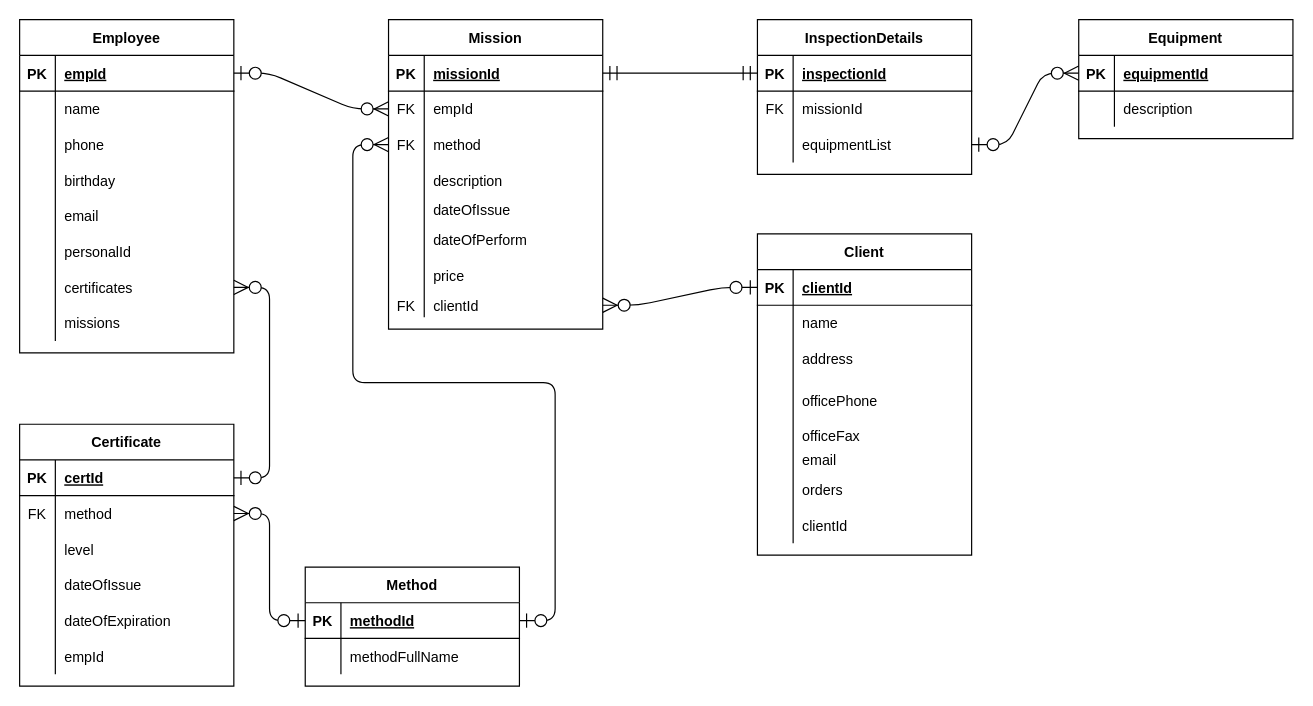
This is Untitled Diagram.drawio from Ynon-Oz/MorexSite2, a draw.io file, before an edit. Source tidied: cells renumbered, new cells numbered last; positions are measured from the earlier drawing's top-left corner, leaving out a move shared by most shapes. Both pictures are drawn from the tidied source at 119%, with x=0, y=0 at pixel (19, 19).
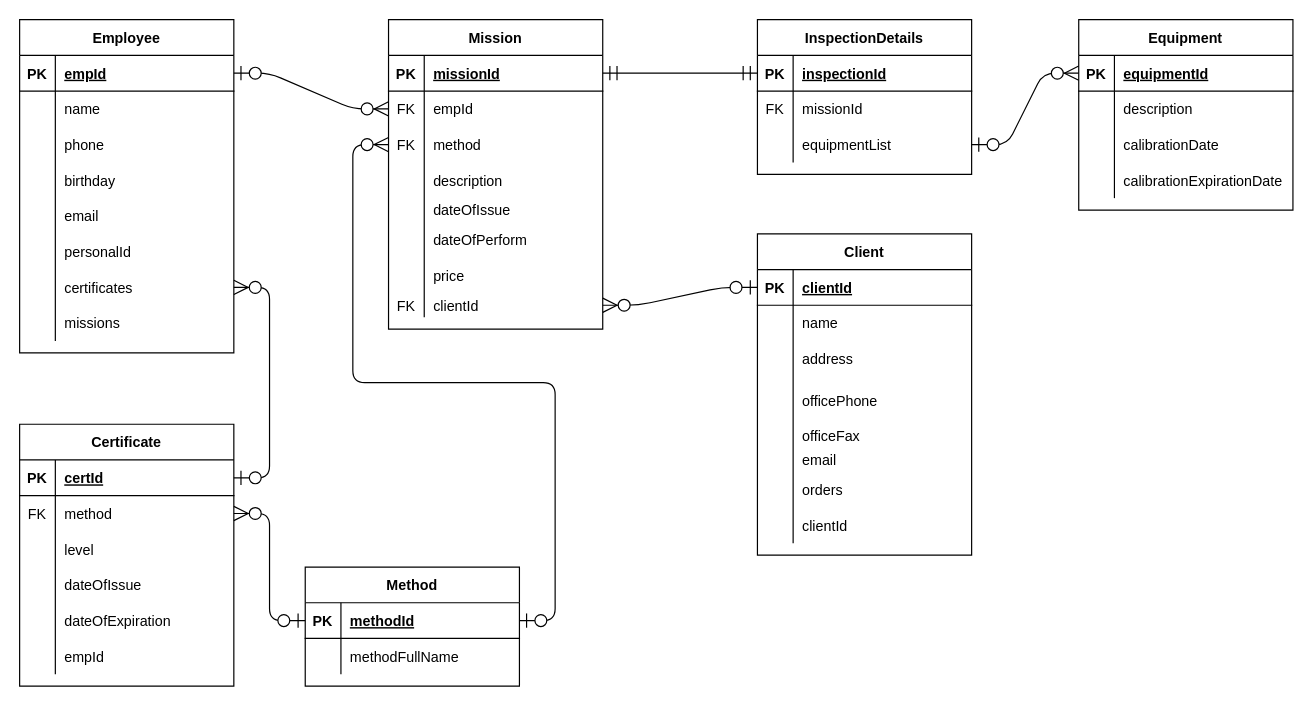
Above is the later version.

Commit message:
Morex71 System Diagram.drawio

Change to the diagram source:
```diff
@@
     <mxCell id="118" value="Equipment" style="shape=table;startSize=30;childLayout=tableLayout;rowLines=0;fontStyle=1;align=center;" parent="1" vertex="1">
-      <mxGeometry x="890" width="180" height="100" as="geometry" />
+      <mxGeometry x="890" width="180" height="160" as="geometry" />
     </mxCell>
@@
+    <mxCell id="127" style="shape=partialRectangle;fillColor=none;top=0;left=0;bottom=0;right=0;" parent="118" vertex="1">
+      <mxGeometry y="90" width="180" height="30" as="geometry" />
+    </mxCell>
+    <mxCell id="128" style="shape=partialRectangle;fillColor=none;top=0;left=0;bottom=0;right=0;overflow=hidden;" parent="127" vertex="1">
+      <mxGeometry width="30" height="30" as="geometry" />
+    </mxCell>
+    <mxCell id="129" value="calibrationDate" style="shape=partialRectangle;fillColor=none;top=0;left=0;bottom=0;right=0;align=left;spacingLeft=6;overflow=hidden;" parent="127" vertex="1">
+      <mxGeometry x="30" width="150" height="30" as="geometry" />
+    </mxCell>
+    <mxCell id="130" style="shape=partialRectangle;fillColor=none;top=0;left=0;bottom=0;right=0;" parent="118" vertex="1">
+      <mxGeometry y="120" width="180" height="30" as="geometry" />
+    </mxCell>
+    <mxCell id="131" style="shape=partialRectangle;fillColor=none;top=0;left=0;bottom=0;right=0;overflow=hidden;" parent="130" vertex="1">
+      <mxGeometry width="30" height="30" as="geometry" />
+    </mxCell>
+    <mxCell id="132" value="calibrationExpirationDate" style="shape=partialRectangle;fillColor=none;top=0;left=0;bottom=0;right=0;align=left;spacingLeft=6;overflow=hidden;" parent="130" vertex="1">
+      <mxGeometry x="30" width="150" height="30" as="geometry" />
+    </mxCell>
```
